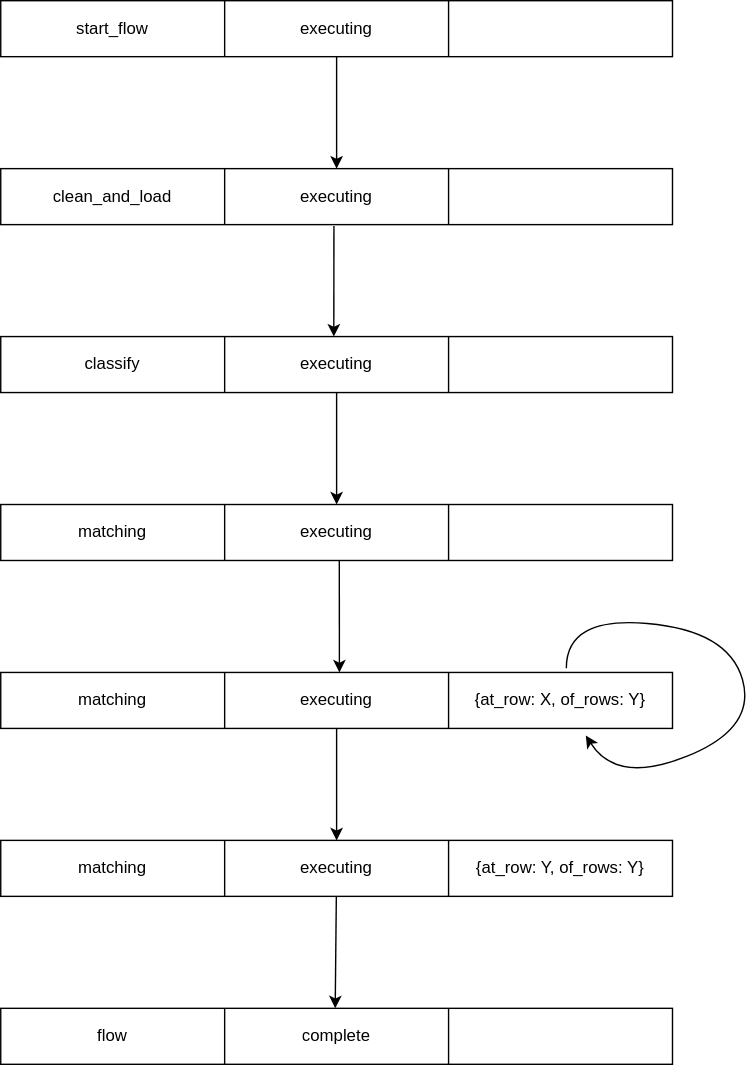
Before: documentation/documentation-images/exec_status.svg, a diagram exported from draw.io (CodeForPhilly/paws-data-pipeline). Source tidied: cells renumbered, new cells last; positions are measured from the earlier drawing's top-left corner, leaving out a move shared by most shapes. The source it was exported from:
```xml
<mxGraphModel>
  <root>
    <mxCell id="0" />
    <mxCell id="1" parent="0" />
    <mxCell id="2" style="shape=table;html=1;whiteSpace=wrap;startSize=0;" parent="1" vertex="1">
      <mxGeometry width="480" height="40" as="geometry" />
    </mxCell>
    <mxCell id="3" style="shape=partialRectangle;html=1;whiteSpace=wrap;fillColor=none;top=0;left=0;bottom=0;right=0;points=[[0,0.5],[1,0.5]];portConstraint=eastwest;" parent="2" vertex="1">
      <mxGeometry width="480" height="40" as="geometry" />
    </mxCell>
    <mxCell id="4" value="start_flow" style="shape=partialRectangle;html=1;whiteSpace=wrap;fillColor=none;top=0;left=0;bottom=0;right=0;overflow=hidden;" parent="3" vertex="1">
      <mxGeometry width="160" height="40" as="geometry" />
    </mxCell>
    <mxCell id="5" value="executing" style="shape=partialRectangle;html=1;whiteSpace=wrap;fillColor=none;top=0;left=0;bottom=0;right=0;overflow=hidden;" parent="3" vertex="1">
      <mxGeometry x="160" width="160" height="40" as="geometry" />
    </mxCell>
    <mxCell id="6" style="shape=partialRectangle;html=1;whiteSpace=wrap;fillColor=none;top=0;left=0;bottom=0;right=0;overflow=hidden;" parent="3" vertex="1">
      <mxGeometry x="320" width="160" height="40" as="geometry" />
    </mxCell>
    <mxCell id="7" style="shape=table;html=1;whiteSpace=wrap;startSize=0;" parent="1" vertex="1">
      <mxGeometry y="120" width="480" height="40" as="geometry" />
    </mxCell>
    <mxCell id="8" style="shape=partialRectangle;html=1;whiteSpace=wrap;fillColor=none;top=0;left=0;bottom=0;right=0;points=[[0,0.5],[1,0.5]];portConstraint=eastwest;" parent="7" vertex="1">
      <mxGeometry width="480" height="40" as="geometry" />
    </mxCell>
    <mxCell id="9" value="clean_and_load" style="shape=partialRectangle;html=1;whiteSpace=wrap;fillColor=none;top=0;left=0;bottom=0;right=0;overflow=hidden;" parent="8" vertex="1">
      <mxGeometry width="160" height="40" as="geometry" />
    </mxCell>
    <mxCell id="10" value="executing" style="shape=partialRectangle;html=1;whiteSpace=wrap;fillColor=none;top=0;left=0;bottom=0;right=0;overflow=hidden;" parent="8" vertex="1">
      <mxGeometry x="160" width="160" height="40" as="geometry" />
    </mxCell>
    <mxCell id="11" style="shape=partialRectangle;html=1;whiteSpace=wrap;fillColor=none;top=0;left=0;bottom=0;right=0;overflow=hidden;" parent="8" vertex="1">
      <mxGeometry x="320" width="160" height="40" as="geometry" />
    </mxCell>
    <mxCell id="12" style="shape=table;html=1;whiteSpace=wrap;startSize=0;" parent="1" vertex="1">
      <mxGeometry y="360" width="480" height="40" as="geometry" />
    </mxCell>
    <mxCell id="13" style="shape=partialRectangle;html=1;whiteSpace=wrap;fillColor=none;top=0;left=0;bottom=0;right=0;points=[[0,0.5],[1,0.5]];portConstraint=eastwest;" parent="12" vertex="1">
      <mxGeometry width="480" height="40" as="geometry" />
    </mxCell>
    <mxCell id="14" value="matching" style="shape=partialRectangle;html=1;whiteSpace=wrap;fillColor=none;top=0;left=0;bottom=0;right=0;overflow=hidden;" parent="13" vertex="1">
      <mxGeometry width="160" height="40" as="geometry" />
    </mxCell>
    <mxCell id="15" value="executing" style="shape=partialRectangle;html=1;whiteSpace=wrap;fillColor=none;top=0;left=0;bottom=0;right=0;overflow=hidden;" parent="13" vertex="1">
      <mxGeometry x="160" width="160" height="40" as="geometry" />
    </mxCell>
    <mxCell id="16" style="shape=partialRectangle;html=1;whiteSpace=wrap;fillColor=none;top=0;left=0;bottom=0;right=0;overflow=hidden;" parent="13" vertex="1">
      <mxGeometry x="320" width="160" height="40" as="geometry" />
    </mxCell>
    <mxCell id="17" style="shape=table;html=1;whiteSpace=wrap;startSize=0;" parent="1" vertex="1">
      <mxGeometry y="720" width="480" height="40" as="geometry" />
    </mxCell>
    <mxCell id="18" style="shape=partialRectangle;html=1;whiteSpace=wrap;fillColor=none;top=0;left=0;bottom=0;right=0;" parent="17" vertex="1">
      <mxGeometry width="480" height="40" as="geometry" />
    </mxCell>
    <mxCell id="19" value="flow" style="shape=partialRectangle;html=1;whiteSpace=wrap;fillColor=none;top=0;left=0;bottom=0;right=0;overflow=hidden;" parent="18" vertex="1">
      <mxGeometry width="160" height="40" as="geometry" />
    </mxCell>
    <mxCell id="20" value="complete" style="shape=partialRectangle;html=1;whiteSpace=wrap;fillColor=none;top=0;left=0;bottom=0;right=0;overflow=hidden;" parent="18" vertex="1">
      <mxGeometry x="160" width="160" height="40" as="geometry" />
    </mxCell>
    <mxCell id="21" style="shape=partialRectangle;html=1;whiteSpace=wrap;fillColor=none;top=0;left=0;bottom=0;right=0;overflow=hidden;" parent="18" vertex="1">
      <mxGeometry x="320" width="160" height="40" as="geometry" />
    </mxCell>
    <mxCell id="22" style="shape=table;html=1;whiteSpace=wrap;startSize=0;" parent="1" vertex="1">
      <mxGeometry y="240" width="480" height="40" as="geometry" />
    </mxCell>
    <mxCell id="23" style="shape=partialRectangle;html=1;whiteSpace=wrap;fillColor=none;top=0;left=0;bottom=0;right=0;points=[[0,0.5],[1,0.5]];portConstraint=eastwest;" parent="22" vertex="1">
      <mxGeometry width="480" height="40" as="geometry" />
    </mxCell>
    <mxCell id="24" value="classify" style="shape=partialRectangle;html=1;whiteSpace=wrap;fillColor=none;top=0;left=0;bottom=0;right=0;overflow=hidden;" parent="23" vertex="1">
      <mxGeometry width="160" height="40" as="geometry" />
    </mxCell>
    <mxCell id="25" value="executing" style="shape=partialRectangle;html=1;whiteSpace=wrap;fillColor=none;top=0;left=0;bottom=0;right=0;overflow=hidden;" parent="23" vertex="1">
      <mxGeometry x="160" width="160" height="40" as="geometry" />
    </mxCell>
    <mxCell id="26" style="shape=partialRectangle;html=1;whiteSpace=wrap;fillColor=none;top=0;left=0;bottom=0;right=0;overflow=hidden;" parent="23" vertex="1">
      <mxGeometry x="320" width="160" height="40" as="geometry" />
    </mxCell>
    <mxCell id="27" style="shape=table;html=1;whiteSpace=wrap;startSize=0;" parent="1" vertex="1">
      <mxGeometry y="480" width="480" height="40" as="geometry" />
    </mxCell>
    <mxCell id="28" style="shape=partialRectangle;html=1;whiteSpace=wrap;fillColor=none;top=0;left=0;bottom=0;right=0;points=[[0,0.5],[1,0.5]];portConstraint=eastwest;" parent="27" vertex="1">
      <mxGeometry width="480" height="40" as="geometry" />
    </mxCell>
    <mxCell id="29" value="matching" style="shape=partialRectangle;html=1;whiteSpace=wrap;fillColor=none;top=0;left=0;bottom=0;right=0;overflow=hidden;" parent="28" vertex="1">
      <mxGeometry width="160" height="40" as="geometry" />
    </mxCell>
    <mxCell id="30" value="executing" style="shape=partialRectangle;html=1;whiteSpace=wrap;fillColor=none;top=0;left=0;bottom=0;right=0;overflow=hidden;" parent="28" vertex="1">
      <mxGeometry x="160" width="160" height="40" as="geometry" />
    </mxCell>
    <mxCell id="31" value="{at_row: X, of_rows: Y} " style="shape=partialRectangle;html=1;whiteSpace=wrap;fillColor=none;top=0;left=0;bottom=0;right=0;overflow=hidden;" parent="28" vertex="1">
      <mxGeometry x="320" width="160" height="40" as="geometry" />
    </mxCell>
    <mxCell id="32" style="curved=1;endArrow=classic;html=1;exitX=0.842;exitY=-0.075;exitDx=0;exitDy=0;exitPerimeter=0;entryX=0.871;entryY=1.125;entryDx=0;entryDy=0;entryPerimeter=0;" parent="27" edge="1" source="28" target="28">
      <mxGeometry relative="1" as="geometry">
        <Array as="points">
          <mxPoint x="404" y="-40" />
          <mxPoint x="520" y="-30" />
          <mxPoint x="540" y="40" />
          <mxPoint x="440" y="80" />
        </Array>
      </mxGeometry>
    </mxCell>
    <mxCell id="33" style="shape=table;html=1;whiteSpace=wrap;startSize=0;" parent="1" vertex="1">
      <mxGeometry y="600" width="480" height="40" as="geometry" />
    </mxCell>
    <mxCell id="34" style="shape=partialRectangle;html=1;whiteSpace=wrap;fillColor=none;top=0;left=0;bottom=0;right=0;points=[[0,0.5],[1,0.5]];portConstraint=eastwest;" parent="33" vertex="1">
      <mxGeometry width="480" height="40" as="geometry" />
    </mxCell>
    <mxCell id="35" value="matching" style="shape=partialRectangle;html=1;whiteSpace=wrap;fillColor=none;top=0;left=0;bottom=0;right=0;overflow=hidden;" parent="34" vertex="1">
      <mxGeometry width="160" height="40" as="geometry" />
    </mxCell>
    <mxCell id="36" value="executing" style="shape=partialRectangle;html=1;whiteSpace=wrap;fillColor=none;top=0;left=0;bottom=0;right=0;overflow=hidden;" parent="34" vertex="1">
      <mxGeometry x="160" width="160" height="40" as="geometry" />
    </mxCell>
    <mxCell id="37" value="{at_row: Y, of_rows: Y} " style="shape=partialRectangle;html=1;whiteSpace=wrap;fillColor=none;top=0;left=0;bottom=0;right=0;overflow=hidden;" parent="34" vertex="1">
      <mxGeometry x="320" width="160" height="40" as="geometry" />
    </mxCell>
    <mxCell id="38" style="endArrow=classic;html=1;exitX=0.5;exitY=1;exitDx=0;exitDy=0;exitPerimeter=0;" parent="1" edge="1" source="3">
      <mxGeometry relative="1" as="geometry">
        <mxPoint x="240" y="120" as="targetPoint" />
      </mxGeometry>
    </mxCell>
    <mxCell id="39" style="endArrow=classic;html=1;exitX=0.496;exitY=1.025;exitDx=0;exitDy=0;exitPerimeter=0;" parent="1" edge="1" source="8">
      <mxGeometry relative="1" as="geometry">
        <mxPoint x="238" y="240" as="targetPoint" />
      </mxGeometry>
    </mxCell>
    <mxCell id="40" style="endArrow=classic;html=1;" parent="1" edge="1" source="23" target="13">
      <mxGeometry relative="1" as="geometry" />
    </mxCell>
    <mxCell id="41" style="endArrow=classic;html=1;exitX=0.504;exitY=1;exitDx=0;exitDy=0;exitPerimeter=0;" parent="1" edge="1" source="13">
      <mxGeometry relative="1" as="geometry">
        <mxPoint x="242" y="480" as="targetPoint" />
      </mxGeometry>
    </mxCell>
    <mxCell id="42" style="endArrow=classic;html=1;" parent="1" edge="1" source="28" target="34">
      <mxGeometry relative="1" as="geometry" />
    </mxCell>
    <mxCell id="43" style="endArrow=classic;html=1;" parent="1" edge="1" source="34">
      <mxGeometry relative="1" as="geometry">
        <mxPoint x="239" y="720" as="targetPoint" />
      </mxGeometry>
    </mxCell>
  </root>
</mxGraphModel>
```
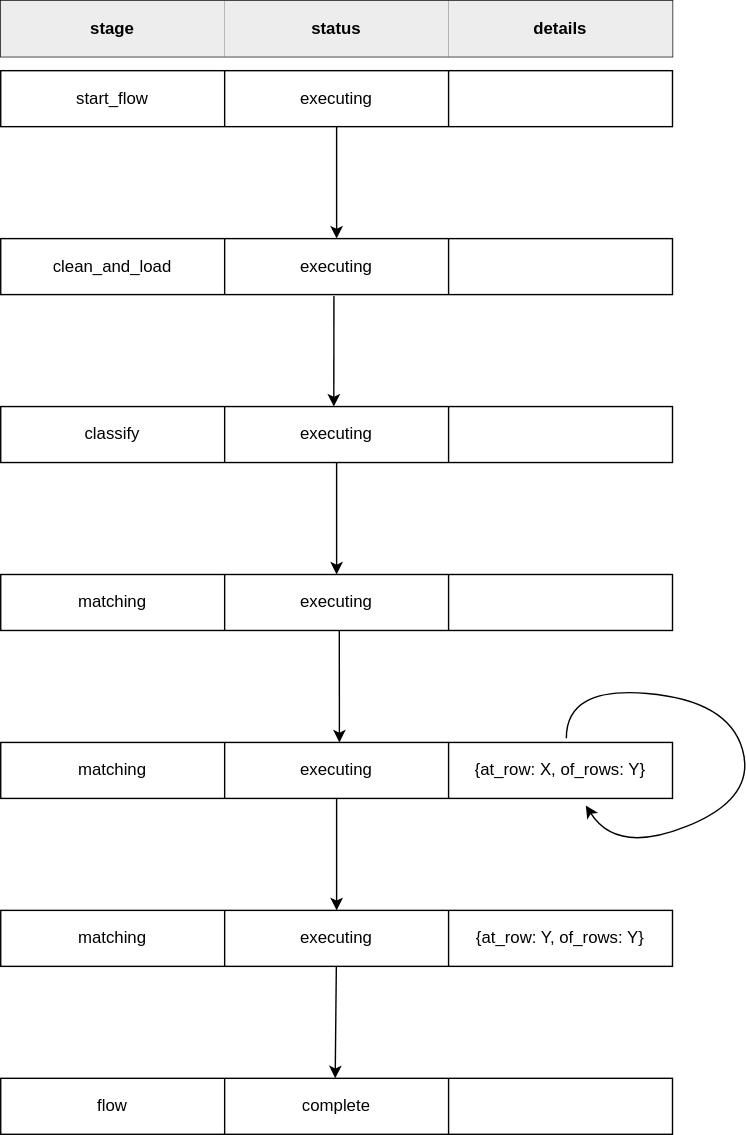
Above is the later version.

The edit, as a diff of the source:
```diff
@@ -143,5 +143,20 @@
         <mxPoint x="239" y="720" as="targetPoint" />
       </mxGeometry>
     </mxCell>
+    <mxCell id="44" style="shape=table;html=1;whiteSpace=wrap;startSize=0;" parent="1" vertex="1">
+      <mxGeometry y="-50" width="480" height="40" as="geometry" />
+    </mxCell>
+    <mxCell id="45" style="shape=partialRectangle;html=1;whiteSpace=wrap;fillColor=none;top=0;left=0;bottom=0;right=0;" parent="44" vertex="1">
+      <mxGeometry width="480" height="40" as="geometry" />
+    </mxCell>
+    <mxCell id="46" value="&lt;b&gt;stage&lt;/b&gt;" style="shape=partialRectangle;html=1;whiteSpace=wrap;fillColor=#EDEDED;top=0;left=0;bottom=0;right=0;overflow=hidden;" parent="45" vertex="1">
+      <mxGeometry width="160" height="40" as="geometry" />
+    </mxCell>
+    <mxCell id="47" value="&lt;b&gt;status&lt;/b&gt;" style="shape=partialRectangle;html=1;whiteSpace=wrap;fillColor=#EDEDED;top=0;left=0;bottom=0;right=0;overflow=hidden;" parent="45" vertex="1">
+      <mxGeometry x="160" width="160" height="40" as="geometry" />
+    </mxCell>
+    <mxCell id="48" value="&lt;b&gt;details&lt;/b&gt;" style="shape=partialRectangle;html=1;whiteSpace=wrap;fillColor=#EDEDED;top=0;left=0;bottom=0;right=0;overflow=hidden;" parent="45" vertex="1">
+      <mxGeometry x="320" width="160" height="40" as="geometry" />
+    </mxCell>
   </root>
 </mxGraphModel>
```
